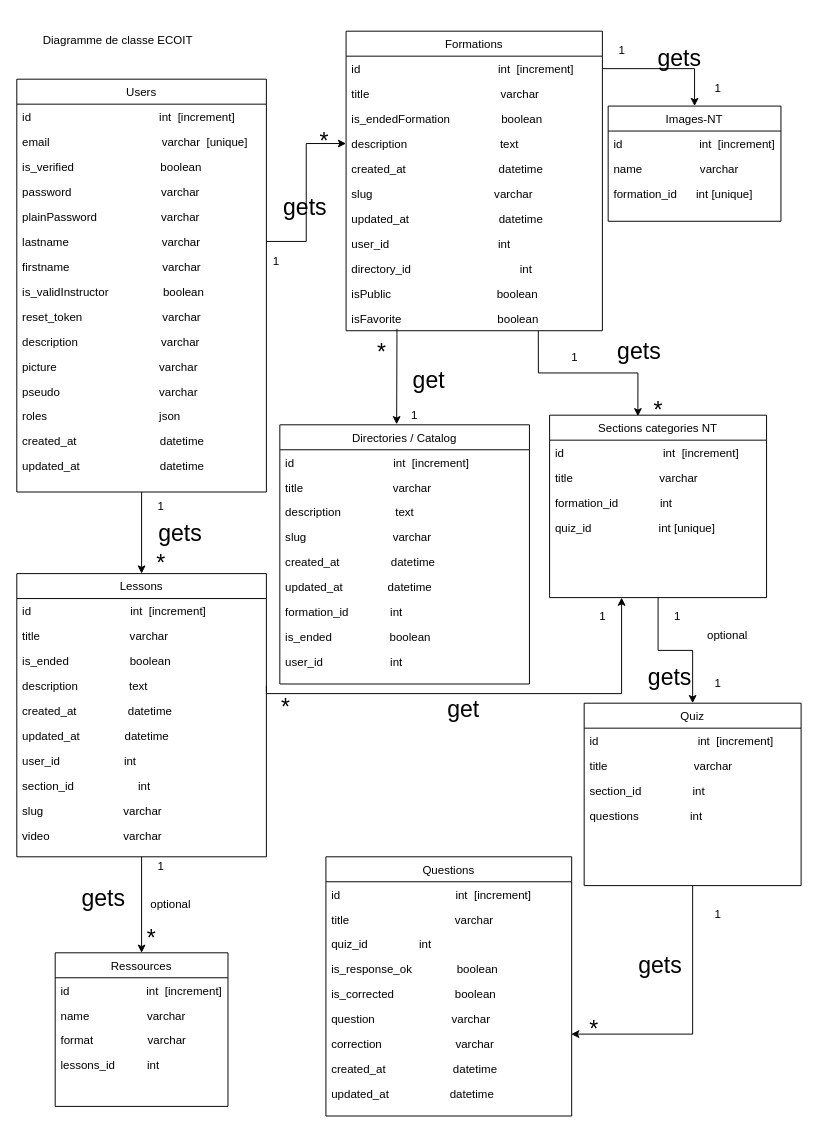
This is ECO IT/diag_de_classe_ecoit.drawio from cyrisa02/diagrammes-UML, a draw.io file, before an edit. Source tidied: cells renumbered, new cells numbered last; positions are measured from the earlier drawing's top-left corner, leaving out a move shared by most shapes. Both pictures are drawn from the tidied source at 96%, with x=0, y=0 at pixel (16, 16).
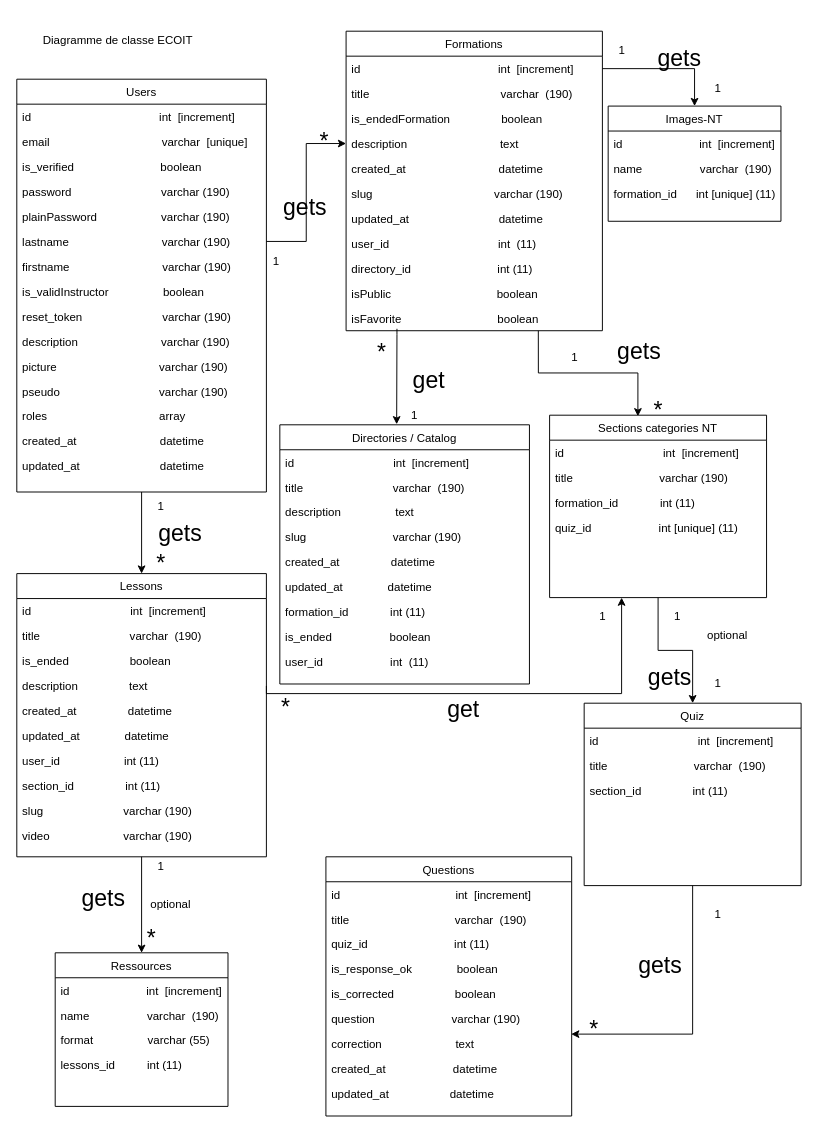
Above is the later version.

The change refers to these unchanged cells:
```xml
<mxCell id="3" value="Users" style="swimlane;fontStyle=0;align=center;verticalAlign=top;horizontal=1;startSize=26;rounded=0;shadow=0;strokeWidth=1;" parent="1" vertex="1">
  <mxGeometry y="65" width="260" height="430" as="geometry" />
</mxCell>
<mxCell id="21" value="Formations" style="swimlane;fontStyle=0;align=center;verticalAlign=top;horizontal=1;startSize=26;rounded=0;shadow=0;strokeWidth=1;" parent="1" vertex="1">
  <mxGeometry x="343" y="15" width="267" height="312" as="geometry" />
</mxCell>
<mxCell id="34" value="Sections categories NT" style="swimlane;fontStyle=0;align=center;verticalAlign=top;horizontal=1;startSize=26;rounded=0;shadow=0;strokeWidth=1;" parent="1" vertex="1">
  <mxGeometry x="555" y="415" width="226" height="190" as="geometry" />
</mxCell>
<mxCell id="40" value="Lessons" style="swimlane;fontStyle=0;align=center;verticalAlign=top;horizontal=1;startSize=26;rounded=0;shadow=0;strokeWidth=1;" parent="1" vertex="1">
  <mxGeometry y="580" width="260" height="295" as="geometry" />
</mxCell>
<mxCell id="51" value="Questions" style="swimlane;fontStyle=0;align=center;verticalAlign=top;horizontal=1;startSize=26;rounded=0;shadow=0;strokeWidth=1;" parent="1" vertex="1">
  <mxGeometry x="322" y="875" width="256" height="270" as="geometry" />
</mxCell>
<mxCell id="63" value="Ressources" style="swimlane;fontStyle=0;align=center;verticalAlign=top;horizontal=1;startSize=26;rounded=0;shadow=0;strokeWidth=1;" parent="1" vertex="1">
  <mxGeometry x="40" y="975" width="180" height="160" as="geometry" />
</mxCell>
<mxCell id="70" value="Quiz" style="swimlane;fontStyle=0;align=center;verticalAlign=top;horizontal=1;startSize=26;rounded=0;shadow=0;strokeWidth=1;" parent="1" vertex="1">
  <mxGeometry x="591" y="715" width="226" height="190" as="geometry" />
</mxCell>
<mxCell id="76" value="Images-NT" style="swimlane;fontStyle=0;align=center;verticalAlign=top;horizontal=1;startSize=26;rounded=0;shadow=0;strokeWidth=1;" parent="1" vertex="1">
  <mxGeometry x="616" y="93" width="180" height="120" as="geometry" />
</mxCell>
<mxCell id="81" value="Directories / Catalog" style="swimlane;fontStyle=0;align=center;verticalAlign=top;horizontal=1;startSize=26;rounded=0;shadow=0;strokeWidth=1;" parent="1" vertex="1">
  <mxGeometry x="274" y="425" width="260" height="270" as="geometry" />
</mxCell>
```

Diff of the diagram source:
```diff
@@
-    <mxCell id="7" value="password                            varchar" style="text;align=left;verticalAlign=top;spacingLeft=4;spacingRight=4;overflow=hidden;" parent="3" vertex="1">
+    <mxCell id="7" value="password                            varchar (190)" style="text;align=left;verticalAlign=top;spacingLeft=4;spacingRight=4;overflow=hidden;" parent="3" vertex="1">
       <mxGeometry y="104" width="260" height="26" as="geometry" />
     </mxCell>
-    <mxCell id="8" value="plainPassword                    varchar" style="text;align=left;verticalAlign=top;spacingLeft=4;spacingRight=4;overflow=hidden;" parent="3" vertex="1">
+    <mxCell id="8" value="plainPassword                    varchar (190)" style="text;align=left;verticalAlign=top;spacingLeft=4;spacingRight=4;overflow=hidden;" parent="3" vertex="1">
       <mxGeometry y="130" width="260" height="26" as="geometry" />
     </mxCell>
-    <mxCell id="9" value="lastname                             varchar" style="text;align=left;verticalAlign=top;spacingLeft=4;spacingRight=4;overflow=hidden;points=[[0,0.5],[1,0.5]];portConstraint=eastwest;" parent="3" vertex="1">
+    <mxCell id="9" value="lastname                             varchar (190)" style="text;align=left;verticalAlign=top;spacingLeft=4;spacingRight=4;overflow=hidden;points=[[0,0.5],[1,0.5]];portConstraint=eastwest;" parent="3" vertex="1">
       <mxGeometry y="156" width="260" height="26" as="geometry" />
     </mxCell>
-    <mxCell id="10" value="firstname                             varchar" style="text;align=left;verticalAlign=top;spacingLeft=4;spacingRight=4;overflow=hidden;" parent="3" vertex="1">
+    <mxCell id="10" value="firstname                             varchar (190)" style="text;align=left;verticalAlign=top;spacingLeft=4;spacingRight=4;overflow=hidden;" parent="3" vertex="1">
       <mxGeometry y="182" width="260" height="26" as="geometry" />
     </mxCell>
@@
-    <mxCell id="12" value="reset_token                         varchar" style="text;align=left;verticalAlign=top;spacingLeft=4;spacingRight=4;overflow=hidden;" parent="3" vertex="1">
+    <mxCell id="12" value="reset_token                         varchar (190)" style="text;align=left;verticalAlign=top;spacingLeft=4;spacingRight=4;overflow=hidden;" parent="3" vertex="1">
       <mxGeometry y="234" width="260" height="26" as="geometry" />
     </mxCell>
-    <mxCell id="13" value="description                          varchar" style="text;align=left;verticalAlign=top;spacingLeft=4;spacingRight=4;overflow=hidden;" parent="3" vertex="1">
+    <mxCell id="13" value="description                          varchar (190)" style="text;align=left;verticalAlign=top;spacingLeft=4;spacingRight=4;overflow=hidden;" parent="3" vertex="1">
       <mxGeometry y="260" width="260" height="26" as="geometry" />
     </mxCell>
-    <mxCell id="14" value="picture                                varchar" style="text;align=left;verticalAlign=top;spacingLeft=4;spacingRight=4;overflow=hidden;" parent="3" vertex="1">
+    <mxCell id="14" value="picture                                varchar (190)" style="text;align=left;verticalAlign=top;spacingLeft=4;spacingRight=4;overflow=hidden;" parent="3" vertex="1">
       <mxGeometry y="286" width="260" height="26" as="geometry" />
     </mxCell>
-    <mxCell id="15" value="pseudo                               varchar" style="text;align=left;verticalAlign=top;spacingLeft=4;spacingRight=4;overflow=hidden;" parent="3" vertex="1">
+    <mxCell id="15" value="pseudo                               varchar (190)" style="text;align=left;verticalAlign=top;spacingLeft=4;spacingRight=4;overflow=hidden;" parent="3" vertex="1">
       <mxGeometry y="312" width="260" height="26" as="geometry" />
     </mxCell>
-    <mxCell id="16" value="roles                                   json" style="text;align=left;verticalAlign=top;spacingLeft=4;spacingRight=4;overflow=hidden;" parent="3" vertex="1">
+    <mxCell id="16" value="roles                                   array" style="text;align=left;verticalAlign=top;spacingLeft=4;spacingRight=4;overflow=hidden;" parent="3" vertex="1">
       <mxGeometry y="338" width="260" height="26" as="geometry" />
     </mxCell>
@@
-    <mxCell id="23" value="title                                         varchar  " style="text;align=left;verticalAlign=top;spacingLeft=4;spacingRight=4;overflow=hidden;" parent="21" vertex="1">
+    <mxCell id="23" value="title                                         varchar  (190)" style="text;align=left;verticalAlign=top;spacingLeft=4;spacingRight=4;overflow=hidden;" parent="21" vertex="1">
       <mxGeometry y="52" width="267" height="26" as="geometry" />
     </mxCell>
@@
-    <mxCell id="27" value="slug                                      varchar" style="text;align=left;verticalAlign=top;spacingLeft=4;spacingRight=4;overflow=hidden;" parent="21" vertex="1">
+    <mxCell id="27" value="slug                                      varchar (190)" style="text;align=left;verticalAlign=top;spacingLeft=4;spacingRight=4;overflow=hidden;" parent="21" vertex="1">
       <mxGeometry y="156" width="267" height="26" as="geometry" />
     </mxCell>
@@
-    <mxCell id="29" value="user_id                                  int" style="text;align=left;verticalAlign=top;spacingLeft=4;spacingRight=4;overflow=hidden;" parent="21" vertex="1">
+    <mxCell id="29" value="user_id                                  int  (11)" style="text;align=left;verticalAlign=top;spacingLeft=4;spacingRight=4;overflow=hidden;" parent="21" vertex="1">
       <mxGeometry y="208" width="267" height="26" as="geometry" />
     </mxCell>
-    <mxCell id="30" value="directory_id                                  int" style="text;align=left;verticalAlign=top;spacingLeft=4;spacingRight=4;overflow=hidden;" parent="21" vertex="1">
+    <mxCell id="30" value="directory_id                           int (11)" style="text;align=left;verticalAlign=top;spacingLeft=4;spacingRight=4;overflow=hidden;" parent="21" vertex="1">
       <mxGeometry y="234" width="267" height="26" as="geometry" />
     </mxCell>
@@
-    <mxCell id="36" value="title                           varchar  " style="text;align=left;verticalAlign=top;spacingLeft=4;spacingRight=4;overflow=hidden;" parent="34" vertex="1">
+    <mxCell id="36" value="title                           varchar (190)" style="text;align=left;verticalAlign=top;spacingLeft=4;spacingRight=4;overflow=hidden;" parent="34" vertex="1">
       <mxGeometry y="52" width="226" height="26" as="geometry" />
     </mxCell>
-    <mxCell id="37" value="formation_id             int" style="text;align=left;verticalAlign=top;spacingLeft=4;spacingRight=4;overflow=hidden;" parent="34" vertex="1">
+    <mxCell id="37" value="formation_id             int (11)" style="text;align=left;verticalAlign=top;spacingLeft=4;spacingRight=4;overflow=hidden;" parent="34" vertex="1">
       <mxGeometry y="78" width="226" height="26" as="geometry" />
     </mxCell>
-    <mxCell id="38" value="quiz_id                     int [unique]" style="text;align=left;verticalAlign=top;spacingLeft=4;spacingRight=4;overflow=hidden;" parent="34" vertex="1">
+    <mxCell id="38" value="quiz_id                     int [unique] (11)" style="text;align=left;verticalAlign=top;spacingLeft=4;spacingRight=4;overflow=hidden;" parent="34" vertex="1">
       <mxGeometry y="104" width="226" height="26" as="geometry" />
     </mxCell>
@@
-    <mxCell id="42" value="title                            varchar  " style="text;align=left;verticalAlign=top;spacingLeft=4;spacingRight=4;overflow=hidden;" parent="40" vertex="1">
+    <mxCell id="42" value="title                            varchar  (190)" style="text;align=left;verticalAlign=top;spacingLeft=4;spacingRight=4;overflow=hidden;" parent="40" vertex="1">
       <mxGeometry y="52" width="260" height="26" as="geometry" />
     </mxCell>
@@
-    <mxCell id="47" value="user_id                    int" style="text;align=left;verticalAlign=top;spacingLeft=4;spacingRight=4;overflow=hidden;" parent="40" vertex="1">
+    <mxCell id="47" value="user_id                    int (11)" style="text;align=left;verticalAlign=top;spacingLeft=4;spacingRight=4;overflow=hidden;" parent="40" vertex="1">
       <mxGeometry y="182" width="260" height="26" as="geometry" />
     </mxCell>
-    <mxCell id="48" value="section_id                    int" style="text;align=left;verticalAlign=top;spacingLeft=4;spacingRight=4;overflow=hidden;" parent="40" vertex="1">
+    <mxCell id="48" value="section_id                int (11)" style="text;align=left;verticalAlign=top;spacingLeft=4;spacingRight=4;overflow=hidden;" parent="40" vertex="1">
       <mxGeometry y="208" width="260" height="26" as="geometry" />
     </mxCell>
-    <mxCell id="49" value="slug                         varchar" style="text;align=left;verticalAlign=top;spacingLeft=4;spacingRight=4;overflow=hidden;" parent="40" vertex="1">
+    <mxCell id="49" value="slug                         varchar (190)" style="text;align=left;verticalAlign=top;spacingLeft=4;spacingRight=4;overflow=hidden;" parent="40" vertex="1">
       <mxGeometry y="234" width="260" height="26" as="geometry" />
     </mxCell>
-    <mxCell id="50" value="video                       varchar" style="text;align=left;verticalAlign=top;spacingLeft=4;spacingRight=4;overflow=hidden;" parent="40" vertex="1">
+    <mxCell id="50" value="video                       varchar (190)" style="text;align=left;verticalAlign=top;spacingLeft=4;spacingRight=4;overflow=hidden;" parent="40" vertex="1">
       <mxGeometry y="260" width="260" height="26" as="geometry" />
     </mxCell>
@@
-    <mxCell id="53" value="title                                 varchar  " style="text;align=left;verticalAlign=top;spacingLeft=4;spacingRight=4;overflow=hidden;" parent="51" vertex="1">
+    <mxCell id="53" value="title                                 varchar  (190)" style="text;align=left;verticalAlign=top;spacingLeft=4;spacingRight=4;overflow=hidden;" parent="51" vertex="1">
       <mxGeometry y="52" width="256" height="26" as="geometry" />
     </mxCell>
-    <mxCell id="54" value="quiz_id                int" style="text;align=left;verticalAlign=top;spacingLeft=4;spacingRight=4;overflow=hidden;" parent="51" vertex="1">
+    <mxCell id="54" value="quiz_id                           int (11)" style="text;align=left;verticalAlign=top;spacingLeft=4;spacingRight=4;overflow=hidden;" parent="51" vertex="1">
       <mxGeometry y="78" width="256" height="26" as="geometry" />
     </mxCell>
@@
-    <mxCell id="57" value="question                        varchar" style="text;align=left;verticalAlign=top;spacingLeft=4;spacingRight=4;overflow=hidden;" parent="51" vertex="1">
+    <mxCell id="57" value="question                        varchar (190)" style="text;align=left;verticalAlign=top;spacingLeft=4;spacingRight=4;overflow=hidden;" parent="51" vertex="1">
       <mxGeometry y="156" width="256" height="26" as="geometry" />
     </mxCell>
-    <mxCell id="58" value="correction                       varchar  " style="text;align=left;verticalAlign=top;spacingLeft=4;spacingRight=4;overflow=hidden;points=[[0,0.5],[1,0.5]];portConstraint=eastwest;" parent="51" vertex="1">
+    <mxCell id="58" value="correction                       text  " style="text;align=left;verticalAlign=top;spacingLeft=4;spacingRight=4;overflow=hidden;points=[[0,0.5],[1,0.5]];portConstraint=eastwest;" parent="51" vertex="1">
       <mxGeometry y="182" width="256" height="26" as="geometry" />
     </mxCell>
@@
-    <mxCell id="65" value="name                  varchar  " style="text;align=left;verticalAlign=top;spacingLeft=4;spacingRight=4;overflow=hidden;" parent="63" vertex="1">
+    <mxCell id="65" value="name                  varchar  (190)" style="text;align=left;verticalAlign=top;spacingLeft=4;spacingRight=4;overflow=hidden;" parent="63" vertex="1">
       <mxGeometry y="52" width="180" height="26" as="geometry" />
     </mxCell>
-    <mxCell id="66" value="format                 varchar&#10;" style="text;align=left;verticalAlign=top;spacingLeft=4;spacingRight=4;overflow=hidden;" parent="63" vertex="1">
+    <mxCell id="66" value="format                 varchar (55)&#10;" style="text;align=left;verticalAlign=top;spacingLeft=4;spacingRight=4;overflow=hidden;" parent="63" vertex="1">
       <mxGeometry y="78" width="180" height="26" as="geometry" />
     </mxCell>
-    <mxCell id="67" value="lessons_id          int" style="text;align=left;verticalAlign=top;spacingLeft=4;spacingRight=4;overflow=hidden;" parent="63" vertex="1">
+    <mxCell id="67" value="lessons_id          int (11)" style="text;align=left;verticalAlign=top;spacingLeft=4;spacingRight=4;overflow=hidden;" parent="63" vertex="1">
       <mxGeometry y="104" width="180" height="26" as="geometry" />
     </mxCell>
@@
-    <mxCell id="72" value="title                           varchar  " style="text;align=left;verticalAlign=top;spacingLeft=4;spacingRight=4;overflow=hidden;" parent="70" vertex="1">
+    <mxCell id="72" value="title                           varchar  (190)" style="text;align=left;verticalAlign=top;spacingLeft=4;spacingRight=4;overflow=hidden;" parent="70" vertex="1">
       <mxGeometry y="52" width="226" height="26" as="geometry" />
     </mxCell>
-    <mxCell id="73" value="section_id                int" style="text;align=left;verticalAlign=top;spacingLeft=4;spacingRight=4;overflow=hidden;" parent="70" vertex="1">
+    <mxCell id="73" value="section_id                int (11)" style="text;align=left;verticalAlign=top;spacingLeft=4;spacingRight=4;overflow=hidden;" parent="70" vertex="1">
       <mxGeometry y="78" width="226" height="26" as="geometry" />
     </mxCell>
-    <mxCell id="74" value="questions                int" style="text;align=left;verticalAlign=top;spacingLeft=4;spacingRight=4;overflow=hidden;" parent="70" vertex="1">
-      <mxGeometry y="104" width="226" height="26" as="geometry" />
-    </mxCell>
@@
-    <mxCell id="78" value="name                  varchar  " style="text;align=left;verticalAlign=top;spacingLeft=4;spacingRight=4;overflow=hidden;" parent="76" vertex="1">
+    <mxCell id="78" value="name                  varchar  (190)" style="text;align=left;verticalAlign=top;spacingLeft=4;spacingRight=4;overflow=hidden;" parent="76" vertex="1">
       <mxGeometry y="52" width="180" height="26" as="geometry" />
     </mxCell>
-    <mxCell id="79" value="formation_id      int [unique]" style="text;align=left;verticalAlign=top;spacingLeft=4;spacingRight=4;overflow=hidden;" parent="76" vertex="1">
+    <mxCell id="79" value="formation_id      int [unique] (11)" style="text;align=left;verticalAlign=top;spacingLeft=4;spacingRight=4;overflow=hidden;" parent="76" vertex="1">
       <mxGeometry y="78" width="180" height="26" as="geometry" />
     </mxCell>
@@
-    <mxCell id="83" value="title                            varchar  " style="text;align=left;verticalAlign=top;spacingLeft=4;spacingRight=4;overflow=hidden;" parent="81" vertex="1">
+    <mxCell id="83" value="title                            varchar  (190)" style="text;align=left;verticalAlign=top;spacingLeft=4;spacingRight=4;overflow=hidden;" parent="81" vertex="1">
       <mxGeometry y="52" width="260" height="26" as="geometry" />
     </mxCell>
@@
-    <mxCell id="85" value="slug                           varchar" style="text;align=left;verticalAlign=top;spacingLeft=4;spacingRight=4;overflow=hidden;" parent="81" vertex="1">
+    <mxCell id="85" value="slug                           varchar (190)" style="text;align=left;verticalAlign=top;spacingLeft=4;spacingRight=4;overflow=hidden;" parent="81" vertex="1">
       <mxGeometry y="104" width="260" height="26" as="geometry" />
     </mxCell>
@@
-    <mxCell id="88" value="formation_id             int" style="text;align=left;verticalAlign=top;spacingLeft=4;spacingRight=4;overflow=hidden;" parent="81" vertex="1">
+    <mxCell id="88" value="formation_id             int (11)" style="text;align=left;verticalAlign=top;spacingLeft=4;spacingRight=4;overflow=hidden;" parent="81" vertex="1">
       <mxGeometry y="182" width="260" height="26" as="geometry" />
     </mxCell>
@@
-    <mxCell id="90" value="user_id                     int" style="text;align=left;verticalAlign=top;spacingLeft=4;spacingRight=4;overflow=hidden;" parent="81" vertex="1">
+    <mxCell id="90" value="user_id                     int  (11)" style="text;align=left;verticalAlign=top;spacingLeft=4;spacingRight=4;overflow=hidden;" parent="81" vertex="1">
       <mxGeometry y="234" width="260" height="26" as="geometry" />
     </mxCell>
```
